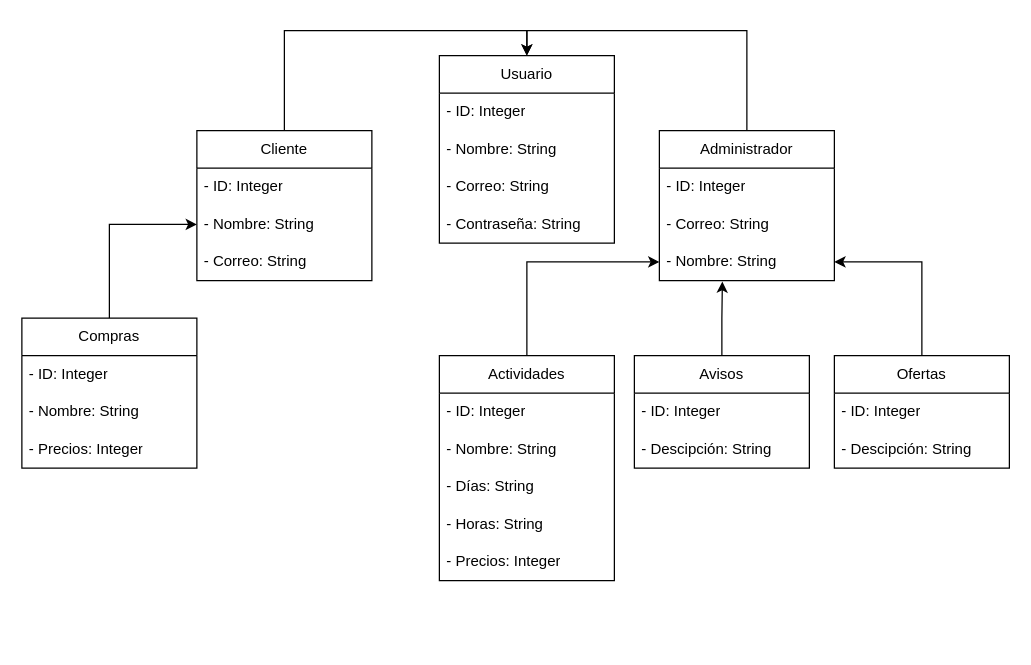
This is Diagrama_relacional_2.drawio from HuBaMarin/projDespliegue, a draw.io file, before an edit. Source tidied: cells renumbered, new cells numbered last; positions are measured from the earlier drawing's top-left corner, leaving out a move shared by most shapes. Both pictures are drawn from the tidied source at 125%, with x=0, y=0 at pixel (21, 55).
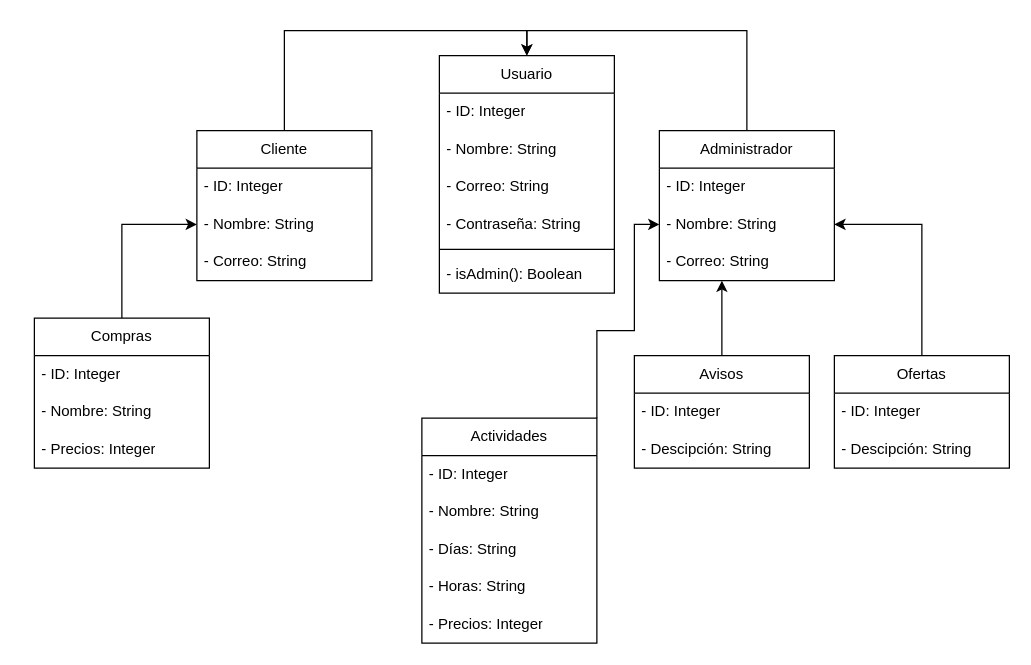
Above is the later version.

The change refers to these unchanged cells:
```xml
<mxCell id="3" value="Administrador" style="swimlane;fontStyle=0;horizontal=1;startSize=30;whiteSpace=wrap;html=1;" parent="1" vertex="1">
  <mxGeometry x="510" y="60" width="140" height="120" as="geometry" />
</mxCell>
<mxCell id="33" value="Avisos" style="swimlane;fontStyle=0;horizontal=1;startSize=30;whiteSpace=wrap;html=1;" parent="1" vertex="1">
  <mxGeometry x="490" y="240" width="140" height="90" as="geometry" />
</mxCell>
```

Diff of the diagram source:
```diff
@@
+    <mxCell id="6" value="- Nombre: String" style="text;strokeColor=none;fillColor=none;align=left;verticalAlign=middle;spacingLeft=4;spacingRight=4;overflow=hidden;points=[[0,0.5],[1,0.5]];portConstraint=eastwest;whiteSpace=wrap;html=1;" parent="3" vertex="1">
+      <mxGeometry y="60" width="140" height="30" as="geometry" />
+    </mxCell>
     <mxCell id="5" value="- Correo: String" style="text;strokeColor=none;fillColor=none;align=left;verticalAlign=middle;spacingLeft=4;spacingRight=4;overflow=hidden;whiteSpace=wrap;html=1;" parent="3" vertex="1">
-      <mxGeometry y="60" width="140" height="30" as="geometry" />
+      <mxGeometry y="90" width="140" height="30" as="geometry" />
     </mxCell>
-    <mxCell id="6" value="- Nombre: String" style="text;strokeColor=none;fillColor=none;align=left;verticalAlign=middle;spacingLeft=4;spacingRight=4;overflow=hidden;points=[[0,0.5],[1,0.5]];portConstraint=eastwest;whiteSpace=wrap;html=1;" parent="3" vertex="1">
-      <mxGeometry y="90" width="140" height="30" as="geometry" />
-    </mxCell>
     <mxCell id="7" value="Usuario" style="swimlane;fontStyle=0;horizontal=1;startSize=30;whiteSpace=wrap;html=1;" parent="1" vertex="1">
-      <mxGeometry x="334" width="140" height="150" as="geometry" />
+      <mxGeometry x="334" width="140" height="190" as="geometry" />
     </mxCell>
@@
+    <mxCell id="37" style="line;strokeWidth=1;dashed=0;labelPosition=right;align=left;verticalAlign=middle;spacingTop=0;spacingLeft=6;" parent="7" vertex="1">
+      <mxGeometry y="150" width="140" height="10" as="geometry" />
+    </mxCell>
+    <mxCell id="38" value="- isAdmin(): Boolean" style="text;strokeColor=none;fillColor=none;align=left;verticalAlign=middle;spacingLeft=4;spacingRight=4;overflow=hidden;whiteSpace=wrap;html=1;" parent="7" vertex="1">
+      <mxGeometry y="160" width="140" height="30" as="geometry" />
+    </mxCell>
@@
     <mxCell id="13" value="Compras" style="swimlane;fontStyle=0;horizontal=1;startSize=30;whiteSpace=wrap;html=1;" parent="1" vertex="1">
-      <mxGeometry y="210" width="140" height="120" as="geometry" />
+      <mxGeometry x="10" y="210" width="140" height="120" as="geometry" />
     </mxCell>
@@
     <mxCell id="22" style="edgeStyle=orthogonalEdgeStyle;rounded=0;jettySize=auto;html=1;entryX=0;entryY=0.5;entryDx=0;entryDy=0;" parent="1" edge="1" source="23" target="6">
-      <mxGeometry relative="1" as="geometry" />
+      <mxGeometry relative="1" as="geometry">
+        <Array as="points">
+          <mxPoint x="460" y="220" />
+          <mxPoint x="490" y="220" />
+          <mxPoint x="490" y="135" />
+        </Array>
+      </mxGeometry>
     </mxCell>
     <mxCell id="23" value="Actividades" style="swimlane;fontStyle=0;horizontal=1;startSize=30;whiteSpace=wrap;html=1;" parent="1" vertex="1">
-      <mxGeometry x="334" y="240" width="140" height="180" as="geometry" />
+      <mxGeometry x="320" y="290" width="140" height="180" as="geometry" />
     </mxCell>
@@
-    <mxCell id="36" style="edgeStyle=orthogonalEdgeStyle;rounded=0;jettySize=auto;html=1;exitX=0.5;exitY=0;exitDx=0;exitDy=0;entryX=0.36;entryY=1.024;entryDx=0;entryDy=0;entryPerimeter=0;" parent="1" edge="1" source="33" target="6">
-      <mxGeometry relative="1" as="geometry" />
+    <mxCell id="36" style="edgeStyle=orthogonalEdgeStyle;rounded=0;jettySize=auto;html=1;exitX=0.5;exitY=0;exitDx=0;exitDy=0;" parent="1" edge="1" source="33">
+      <mxGeometry relative="1" as="geometry">
+        <mxPoint x="560" y="180" as="targetPoint" />
+      </mxGeometry>
     </mxCell>
```
